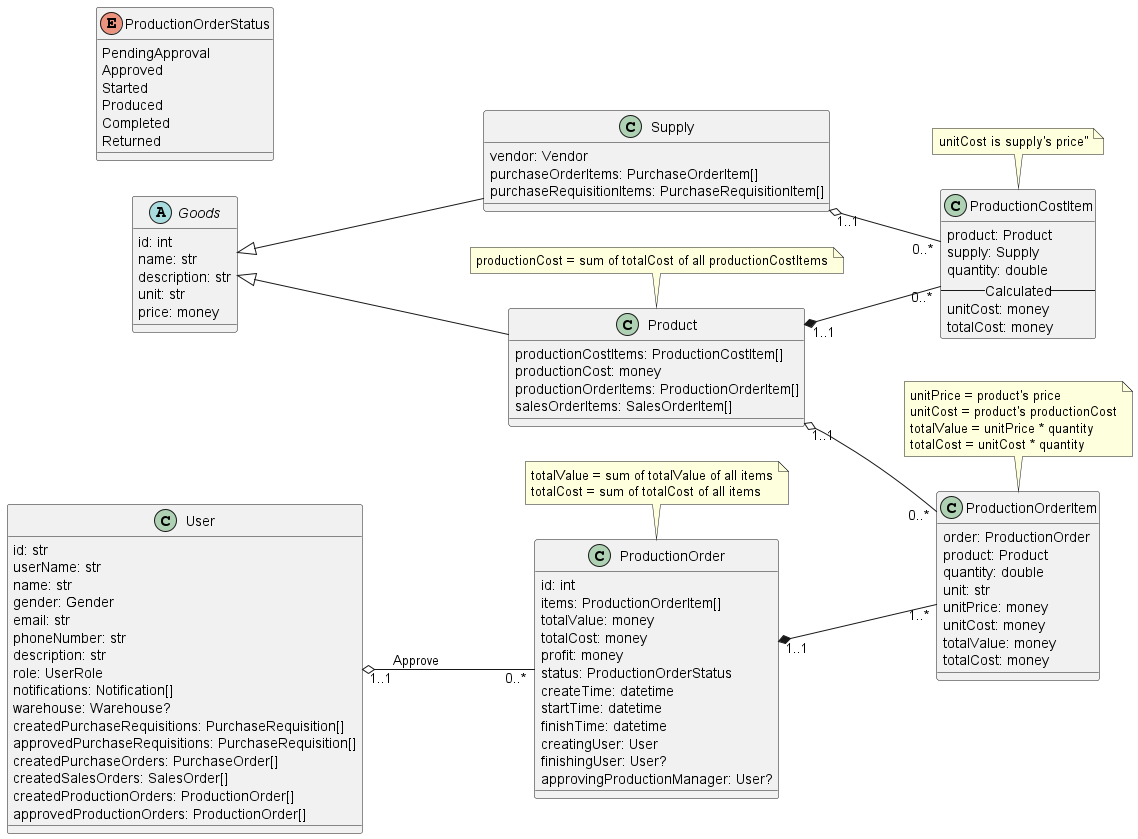
Above: Lab1/Lab1.2/classes/production.png in phihungha/SE357-Practice-class (PlantUML), before the change. The source it was exported from:
```plantuml
@startuml production
left to right direction

class User {
    id: str
    userName: str
    name: str
    gender: Gender
    email: str
    phoneNumber: str
    description: str
    role: UserRole
    notifications: Notification[]
    warehouse: Warehouse?
    createdPurchaseRequisitions: PurchaseRequisition[]
    approvedPurchaseRequisitions: PurchaseRequisition[]
    createdPurchaseOrders: PurchaseOrder[]
    createdSalesOrders: SalesOrder[]
    createdProductionOrders: ProductionOrder[]
    approvedProductionOrders: ProductionOrder[]
}

abstract Goods {
    id: int
    name: str
    description: str
    unit: str
    price: money
}

class Supply {
    vendor: Vendor
    purchaseOrderItems: PurchaseOrderItem[]
    purchaseRequisitionItems: PurchaseRequisitionItem[]
}
Goods <|-- Supply

class Product {
    productionCostItems: ProductionCostItem[]
    productionCost: money
    productionOrderItems: ProductionOrderItem[]
    salesOrderItems: SalesOrderItem[]
}
Goods <|-- Product
note top: productionCost = sum of totalCost of all productionCostItems

class ProductionCostItem {
    product: Product
    supply: Supply
    quantity: double
    --Calculated--
    unitCost: money
    totalCost: money
}
Product "1..1" *-- "0..*" ProductionCostItem
Supply "1..1" o-- "0..*" ProductionCostItem
note top: unitCost is supply's price"

enum ProductionOrderStatus {
    PendingApproval
    Approved
    Started
    Produced
    Completed
    Returned
}

class ProductionOrder {
    id: int
    items: ProductionOrderItem[]
    totalValue: money
    totalCost: money
    profit: money
    status: ProductionOrderStatus
    createTime: datetime
    startTime: datetime
    finishTime: datetime
    creatingUser: User
    finishingUser: User?
    approvingProductionManager: User?
}
User "1..1" o-- "0..*" ProductionOrder : Approve
note top
    totalValue = sum of totalValue of all items
    totalCost = sum of totalCost of all items
endnote

class ProductionOrderItem {
    order: ProductionOrder
    product: Product
    quantity: double
    unit: str
    unitPrice: money
    unitCost: money
    totalValue: money
    totalCost: money
}
ProductionOrder "1..1" *-- "1..*" ProductionOrderItem
Product "1..1" o-- "0..*" ProductionOrderItem
note top
    unitPrice = product's price
    unitCost = product's productionCost
    totalValue = unitPrice * quantity
    totalCost = unitCost * quantity
endnote
@enduml
```
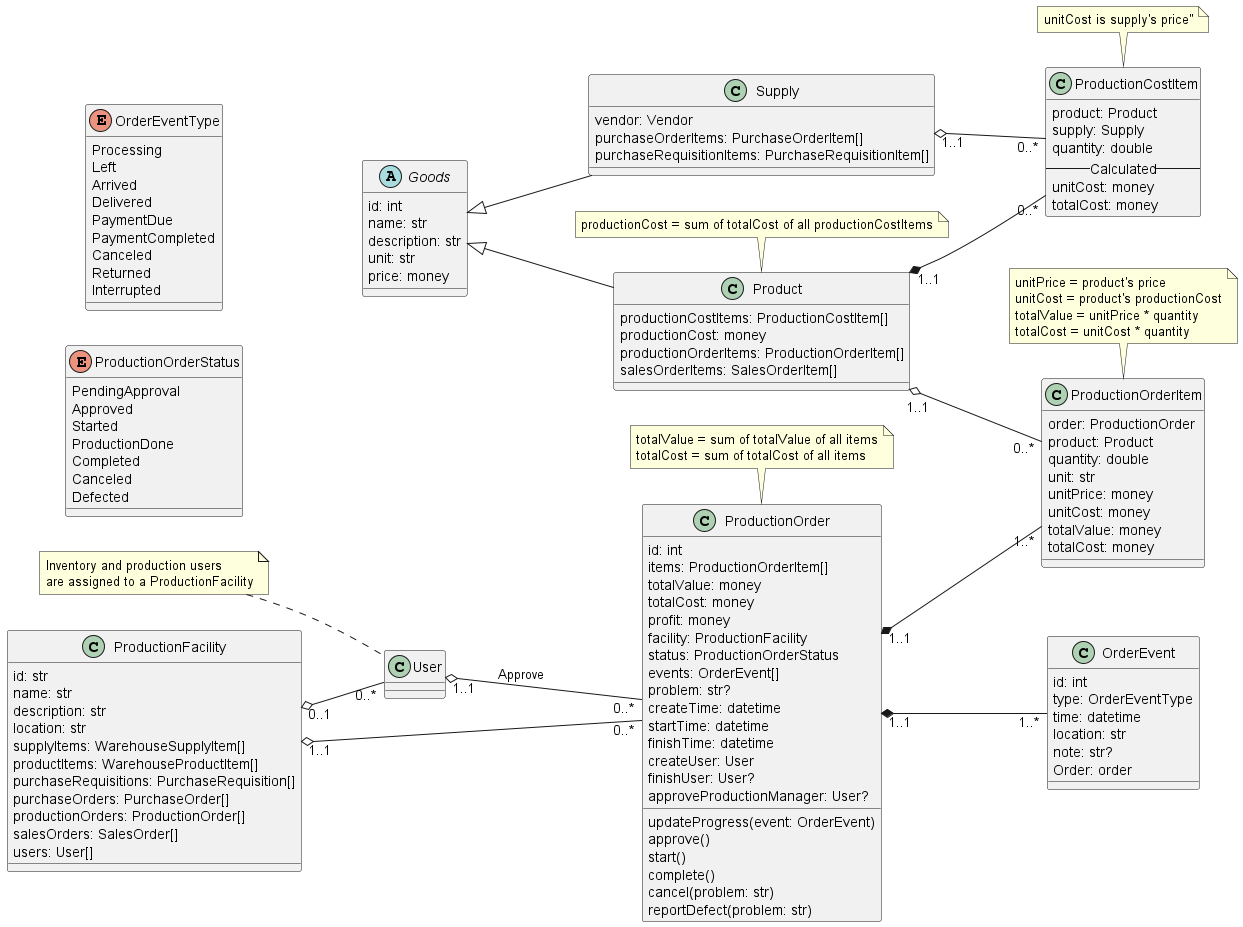
Later version of the same file.

The edit, as a diff of the source:
```diff
@@ -1,24 +1,21 @@
 @startuml production
 left to right direction
 
-class User {
+class ProductionFacility {
     id: str
-    userName: str
     name: str
-    gender: Gender
-    email: str
-    phoneNumber: str
     description: str
-    role: UserRole
-    notifications: Notification[]
-    warehouse: Warehouse?
-    createdPurchaseRequisitions: PurchaseRequisition[]
-    approvedPurchaseRequisitions: PurchaseRequisition[]
-    createdPurchaseOrders: PurchaseOrder[]
-    createdSalesOrders: SalesOrder[]
-    createdProductionOrders: ProductionOrder[]
-    approvedProductionOrders: ProductionOrder[]
+    location: str
+    supplyItems: WarehouseSupplyItem[]
+    productItems: WarehouseProductItem[]
+    purchaseRequisitions: PurchaseRequisition[]
+    purchaseOrders: PurchaseOrder[]
+    productionOrders: ProductionOrder[]
+    salesOrders: SalesOrder[]
+    users: User[]
 }
+ProductionFacility "0..1" o-- "0..*" User
+note left: Inventory and production users\nare assigned to a ProductionFacility
 
 abstract Goods {
     id: int
@@ -60,9 +57,10 @@
     PendingApproval
     Approved
     Started
-    Produced
+    ProductionDone
     Completed
-    Returned
+    Canceled
+    Defected
 }
 
 class ProductionOrder {
@@ -71,14 +69,24 @@
     totalValue: money
     totalCost: money
     profit: money
+    facility: ProductionFacility
     status: ProductionOrderStatus
+    events: OrderEvent[]
+    problem: str?
     createTime: datetime
     startTime: datetime
     finishTime: datetime
-    creatingUser: User
-    finishingUser: User?
-    approvingProductionManager: User?
+    createUser: User
+    finishUser: User?
+    approveProductionManager: User?
+    updateProgress(event: OrderEvent)
+    approve()
+    start()
+    complete()
+    cancel(problem: str)
+    reportDefect(problem: str)
 }
+ProductionFacility "1..1" o-- "0..*" ProductionOrder
 User "1..1" o-- "0..*" ProductionOrder : Approve
 note top
     totalValue = sum of totalValue of all items
@@ -103,4 +111,26 @@
     totalValue = unitPrice * quantity
     totalCost = unitCost * quantity
 endnote
+
+enum OrderEventType {
+    Processing
+    Left
+    Arrived
+    Delivered
+    PaymentDue
+    PaymentCompleted
+    Canceled
+    Returned
+    Interrupted
+}
+
+class OrderEvent {
+    id: int
+    type: OrderEventType
+    time: datetime
+    location: str
+    note: str?
+    Order: order
+}
+ProductionOrder "1..1" *-- "1..*" OrderEvent
 @enduml
```
